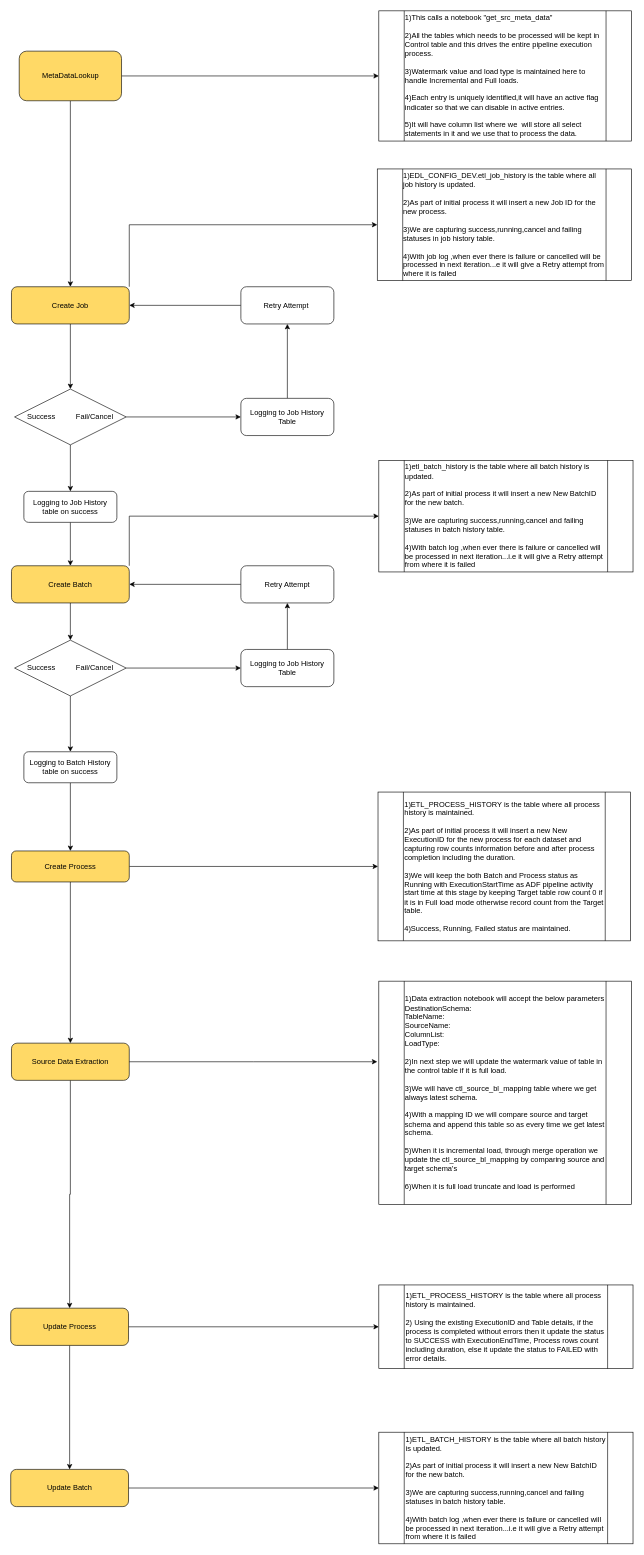
This is Krishna(UMA)/FlowDiagram.drawio from k-lakshmikanth/Databricks-repo, a draw.io file, before an edit. Source tidied: cells renumbered, new cells numbered last; positions are measured from the earlier drawing's top-left corner, leaving out a move shared by most shapes. Both pictures are drawn from the tidied source at 62%, with x=0, y=0 at pixel (11, 11).
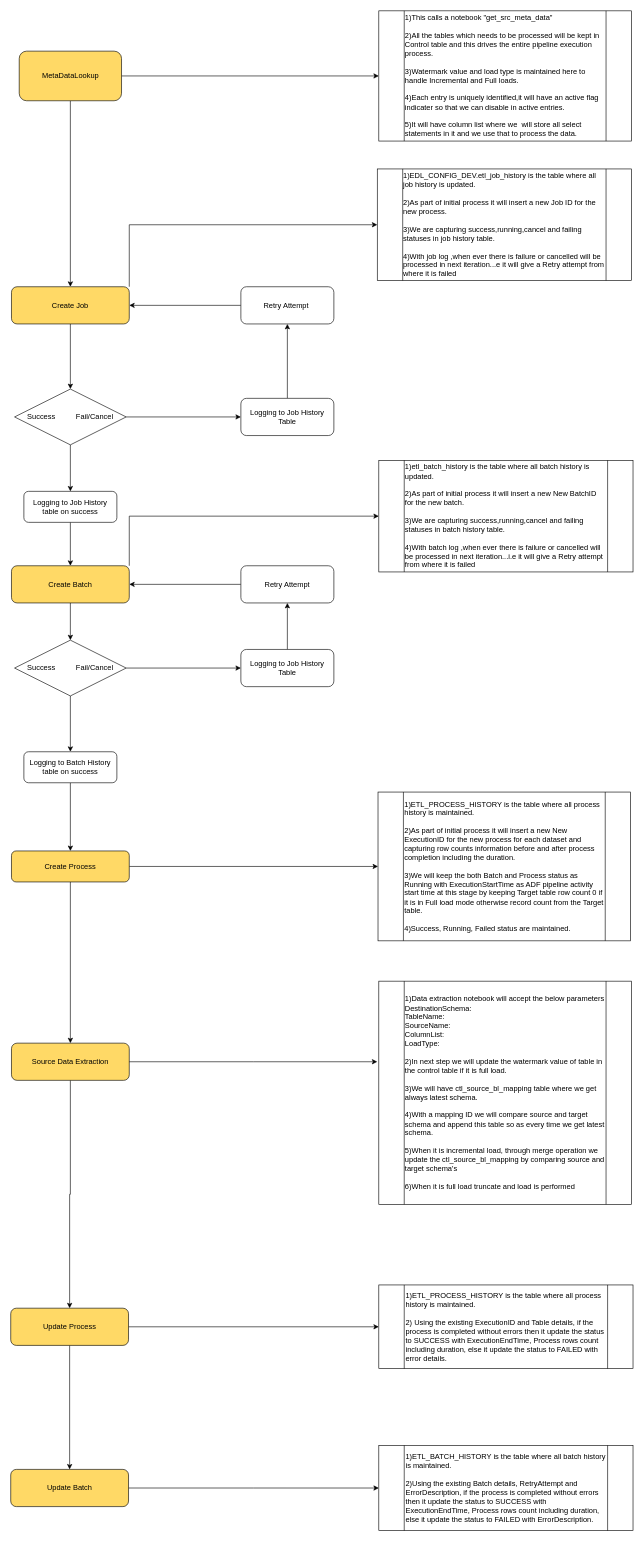
The same page after the edit.

Change to the diagram source:
```diff
@@
-    <mxCell id="47" value="1)ETL_BATCH_HISTORY is the table where all batch history is updated.&lt;br&gt;&lt;br&gt;2)As part of initial process it will insert a new New BatchID for the new batch.&lt;br&gt;&lt;br&gt;3)We are capturing success,running,cancel and failing statuses in batch history table.&lt;br&gt;&lt;br&gt;4)With batch log ,when ever there is failure or cancelled will be processed in next iteration...i.e it will give a Retry attempt from where it is failed" style="shape=process;whiteSpace=wrap;html=1;backgroundOutline=1;strokeColor=default;align=left;verticalAlign=middle;fontFamily=Helvetica;fontSize=12;fontColor=default;fillColor=default;" parent="1" vertex="1">
-      <mxGeometry x="593.5" y="2292.5" width="410" height="180" as="geometry" />
+    <mxCell id="47" value="1)ETL_BATCH_HISTORY is the table where all batch history is maintained.&lt;br&gt;&lt;br&gt;2)Using the existing Batch details, RetryAttempt and ErrorDescription, if the process is completed without errors then it update the status to SUCCESS with ExecutionEndTime, Process rows count including duration, else it update the status to FAILED with ErrorDescription." style="shape=process;whiteSpace=wrap;html=1;backgroundOutline=1;strokeColor=default;align=left;verticalAlign=middle;fontFamily=Helvetica;fontSize=12;fontColor=default;fillColor=default;" parent="1" vertex="1">
+      <mxGeometry x="593.5" y="2313.8" width="410" height="137.5" as="geometry" />
     </mxCell>
```
